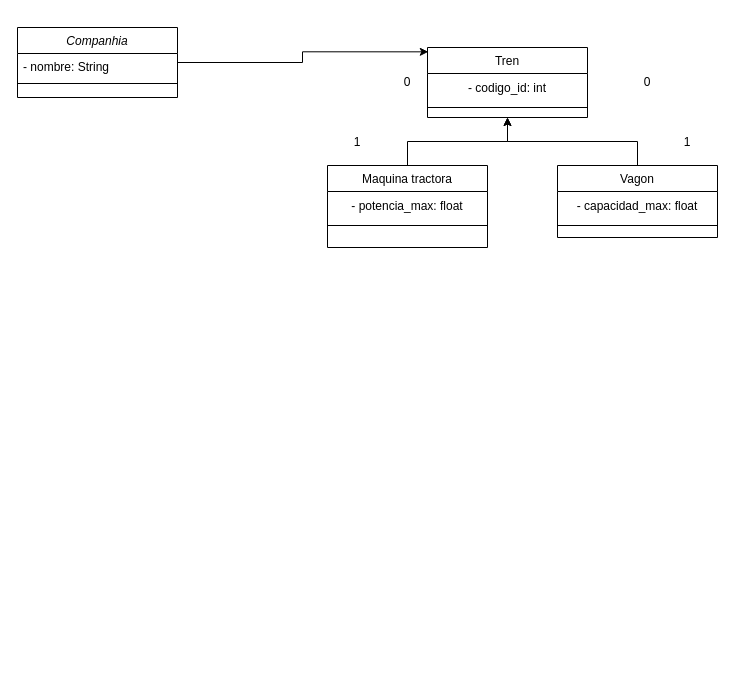
Above: Entornos/Tema 05/Gestión de trenes.drawio in vjp-rosangelaRC/Netbeans (draw.io), before the change. Source tidied: cells renumbered, new cells numbered last; positions are measured from the earlier drawing's top-left corner, leaving out a move shared by most shapes. Both pictures are drawn from the tidied source at 100%, with x=0, y=0 at pixel (17, 27).
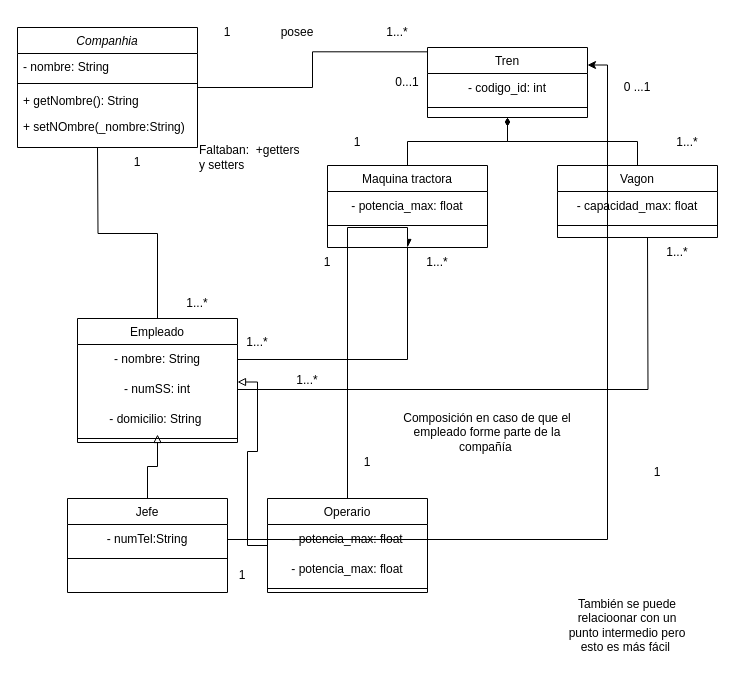
Above is the later version.

Unchanged cells that the change refers to:
```xml
<mxCell id="6" value="Tren" style="swimlane;fontStyle=0;align=center;verticalAlign=top;horizontal=1;startSize=26;rounded=0;shadow=0;strokeWidth=1;" parent="1" vertex="1">
  <mxGeometry x="410" y="20" width="160" height="70" as="geometry" />
</mxCell>
<mxCell id="10" value="Maquina tractora" style="swimlane;fontStyle=0;align=center;verticalAlign=top;horizontal=1;startSize=26;rounded=0;shadow=0;strokeWidth=1;" parent="1" vertex="1">
  <mxGeometry x="310" y="138" width="160" height="82" as="geometry" />
</mxCell>
<mxCell id="14" value="Vagon" style="swimlane;fontStyle=0;align=center;verticalAlign=top;horizontal=1;startSize=26;rounded=0;shadow=0;strokeWidth=1;" parent="1" vertex="1">
  <mxGeometry x="540" y="138" width="160" height="72" as="geometry" />
</mxCell>
```

Diff of the diagram source:
```diff
@@
-    <mxCell id="2" style="edgeStyle=orthogonalEdgeStyle;rounded=0;jettySize=auto;html=1;entryX=0.005;entryY=0.062;entryDx=0;entryDy=0;entryPerimeter=0;" parent="1" edge="1" source="3" target="6">
+    <mxCell id="2" style="edgeStyle=orthogonalEdgeStyle;rounded=0;jettySize=auto;html=1;entryX=0.005;entryY=0.062;entryDx=0;entryDy=0;entryPerimeter=0;endArrow=none;endFill=0;" parent="1" edge="1" source="3" target="6">
       <mxGeometry relative="1" as="geometry" />
     </mxCell>
     <mxCell id="3" value="Companhia" style="swimlane;fontStyle=2;align=center;verticalAlign=top;horizontal=1;startSize=26;rounded=0;shadow=0;strokeWidth=1;" parent="1" vertex="1">
-      <mxGeometry width="160" height="70" as="geometry" />
+      <mxGeometry width="180" height="120" as="geometry" />
     </mxCell>
     <mxCell id="4" value="- nombre: String" style="text;align=left;verticalAlign=top;spacingLeft=4;spacingRight=4;overflow=hidden;" parent="3" vertex="1">
-      <mxGeometry y="26" width="160" height="26" as="geometry" />
+      <mxGeometry y="26" width="180" height="26" as="geometry" />
     </mxCell>
     <mxCell id="5" style="line;html=1;strokeWidth=1;align=left;verticalAlign=middle;spacingTop=-1;spacingLeft=3;spacingRight=3;labelPosition=right;" parent="3" vertex="1">
-      <mxGeometry y="52" width="160" height="8" as="geometry" />
+      <mxGeometry y="52" width="180" height="8" as="geometry" />
     </mxCell>
+    <mxCell id="21" value="+ getNombre(): String" style="text;align=left;verticalAlign=top;spacingLeft=4;spacingRight=4;overflow=hidden;" parent="3" vertex="1">
+      <mxGeometry y="60" width="180" height="26" as="geometry" />
+    </mxCell>
+    <mxCell id="22" value="+ setNOmbre(_nombre:String)" style="text;align=left;verticalAlign=top;spacingLeft=4;spacingRight=4;overflow=hidden;" parent="3" vertex="1">
+      <mxGeometry y="86" width="180" height="26" as="geometry" />
+    </mxCell>
@@
-    <mxCell id="9" style="edgeStyle=orthogonalEdgeStyle;rounded=0;jettySize=auto;html=1;entryX=0.5;entryY=1;entryDx=0;entryDy=0;" parent="1" edge="1" source="10" target="6">
+    <mxCell id="9" style="edgeStyle=orthogonalEdgeStyle;rounded=0;jettySize=auto;html=1;entryX=0.5;entryY=1;entryDx=0;entryDy=0;endArrow=diamondThin;endFill=1;" parent="1" edge="1" source="10" target="6">
       <mxGeometry relative="1" as="geometry" />
     </mxCell>
@@
-    <mxCell id="13" style="edgeStyle=orthogonalEdgeStyle;rounded=0;jettySize=auto;html=1;entryX=0.5;entryY=1;entryDx=0;entryDy=0;" parent="1" edge="1" source="14" target="6">
+    <mxCell id="13" style="edgeStyle=orthogonalEdgeStyle;rounded=0;jettySize=auto;html=1;entryX=0.5;entryY=1;entryDx=0;entryDy=0;endArrow=diamondThin;endFill=1;" parent="1" edge="1" source="14" target="6">
       <mxGeometry relative="1" as="geometry" />
     </mxCell>
@@
-    <mxCell id="18" value="0" style="text;html=1;strokeColor=none;fillColor=none;align=center;verticalAlign=middle;whiteSpace=wrap;rounded=0;" parent="1" vertex="1">
+    <mxCell id="18" value="0...1" style="text;html=1;strokeColor=none;fillColor=none;align=center;verticalAlign=middle;whiteSpace=wrap;rounded=0;" parent="1" vertex="1">
       <mxGeometry x="360" y="40" width="60" height="30" as="geometry" />
     </mxCell>
-    <mxCell id="19" value="1" style="text;html=1;strokeColor=none;fillColor=none;align=center;verticalAlign=middle;whiteSpace=wrap;rounded=0;" parent="1" vertex="1">
+    <mxCell id="19" value="1...*" style="text;html=1;strokeColor=none;fillColor=none;align=center;verticalAlign=middle;whiteSpace=wrap;rounded=0;" parent="1" vertex="1">
       <mxGeometry x="640" y="100" width="60" height="30" as="geometry" />
     </mxCell>
-    <mxCell id="20" value="0" style="text;html=1;strokeColor=none;fillColor=none;align=center;verticalAlign=middle;whiteSpace=wrap;rounded=0;" parent="1" vertex="1">
-      <mxGeometry x="600" y="40" width="60" height="30" as="geometry" />
+    <mxCell id="20" value="0 ...1" style="text;html=1;strokeColor=none;fillColor=none;align=center;verticalAlign=middle;whiteSpace=wrap;rounded=0;" parent="1" vertex="1">
+      <mxGeometry x="590" y="45" width="60" height="30" as="geometry" />
     </mxCell>
+    <mxCell id="23" value="Faltaban:&amp;nbsp; +getters y setters" style="text;html=1;strokeColor=none;fillColor=none;align=left;verticalAlign=middle;whiteSpace=wrap;rounded=0;" parent="1" vertex="1">
+      <mxGeometry x="180" y="100" width="110" height="60" as="geometry" />
+    </mxCell>
+    <mxCell id="24" style="edgeStyle=orthogonalEdgeStyle;rounded=0;jettySize=auto;html=1;endArrow=none;endFill=0;" parent="1" edge="1" source="25">
+      <mxGeometry relative="1" as="geometry">
+        <mxPoint x="80" y="120" as="targetPoint" />
+      </mxGeometry>
+    </mxCell>
+    <mxCell id="25" value="Empleado" style="swimlane;fontStyle=0;align=center;verticalAlign=top;horizontal=1;startSize=26;rounded=0;shadow=0;strokeWidth=1;" parent="1" vertex="1">
+      <mxGeometry x="60" y="291" width="160" height="124" as="geometry" />
+    </mxCell>
+    <mxCell id="26" value="- nombre: String" style="text;html=1;strokeColor=none;fillColor=none;align=center;verticalAlign=middle;whiteSpace=wrap;rounded=0;" parent="25" vertex="1">
+      <mxGeometry y="26" width="160" height="30" as="geometry" />
+    </mxCell>
+    <mxCell id="27" style="edgeStyle=orthogonalEdgeStyle;rounded=0;jettySize=auto;html=1;endArrow=none;endFill=0;" parent="25" edge="1" source="28">
+      <mxGeometry relative="1" as="geometry">
+        <mxPoint x="570" y="-81" as="targetPoint" />
+      </mxGeometry>
+    </mxCell>
+    <mxCell id="28" value="- numSS: int" style="text;html=1;strokeColor=none;fillColor=none;align=center;verticalAlign=middle;whiteSpace=wrap;rounded=0;" parent="25" vertex="1">
+      <mxGeometry y="56" width="160" height="30" as="geometry" />
+    </mxCell>
+    <mxCell id="29" value="- domicilio: String&amp;nbsp;" style="text;html=1;strokeColor=none;fillColor=none;align=center;verticalAlign=middle;whiteSpace=wrap;rounded=0;" parent="25" vertex="1">
+      <mxGeometry y="86" width="160" height="30" as="geometry" />
+    </mxCell>
+    <mxCell id="30" style="line;html=1;strokeWidth=1;align=left;verticalAlign=middle;spacingTop=-1;spacingLeft=3;spacingRight=3;labelPosition=right;" parent="25" vertex="1">
+      <mxGeometry y="116" width="160" height="8" as="geometry" />
+    </mxCell>
+    <mxCell id="31" style="edgeStyle=orthogonalEdgeStyle;rounded=0;jettySize=auto;html=1;endArrow=block;endFill=0;" parent="1" edge="1" source="32" target="29">
+      <mxGeometry relative="1" as="geometry" />
+    </mxCell>
+    <mxCell id="32" value="Jefe" style="swimlane;fontStyle=0;align=center;verticalAlign=top;horizontal=1;startSize=26;rounded=0;shadow=0;strokeWidth=1;" parent="1" vertex="1">
+      <mxGeometry x="50" y="471" width="160" height="94" as="geometry" />
+    </mxCell>
+    <mxCell id="33" value="- numTel:String" style="text;html=1;strokeColor=none;fillColor=none;align=center;verticalAlign=middle;whiteSpace=wrap;rounded=0;" parent="32" vertex="1">
+      <mxGeometry y="26" width="160" height="30" as="geometry" />
+    </mxCell>
+    <mxCell id="34" style="line;html=1;strokeWidth=1;align=left;verticalAlign=middle;spacingTop=-1;spacingLeft=3;spacingRight=3;labelPosition=right;" parent="32" vertex="1">
+      <mxGeometry y="56" width="160" height="8" as="geometry" />
+    </mxCell>
+    <mxCell id="35" style="edgeStyle=orthogonalEdgeStyle;rounded=0;jettySize=auto;html=1;entryX=1;entryY=0.25;entryDx=0;entryDy=0;endArrow=block;endFill=0;" parent="1" edge="1" source="37" target="28">
+      <mxGeometry relative="1" as="geometry" />
+    </mxCell>
+    <mxCell id="36" style="edgeStyle=orthogonalEdgeStyle;rounded=0;jettySize=auto;html=1;entryX=0;entryY=0;entryDx=0;entryDy=0;endArrow=async;endFill=1;" parent="1" edge="1" source="37" target="49">
+      <mxGeometry relative="1" as="geometry" />
+    </mxCell>
+    <mxCell id="37" value="Operario" style="swimlane;fontStyle=0;align=center;verticalAlign=top;horizontal=1;startSize=26;rounded=0;shadow=0;strokeWidth=1;" parent="1" vertex="1">
+      <mxGeometry x="250" y="471" width="160" height="94" as="geometry" />
+    </mxCell>
+    <mxCell id="38" value="- potencia_max: float" style="text;html=1;strokeColor=none;fillColor=none;align=center;verticalAlign=middle;whiteSpace=wrap;rounded=0;" parent="37" vertex="1">
+      <mxGeometry y="26" width="160" height="30" as="geometry" />
+    </mxCell>
+    <mxCell id="39" value="- potencia_max: float" style="text;html=1;strokeColor=none;fillColor=none;align=center;verticalAlign=middle;whiteSpace=wrap;rounded=0;" parent="37" vertex="1">
+      <mxGeometry y="56" width="160" height="30" as="geometry" />
+    </mxCell>
+    <mxCell id="40" style="line;html=1;strokeWidth=1;align=left;verticalAlign=middle;spacingTop=-1;spacingLeft=3;spacingRight=3;labelPosition=right;" parent="37" vertex="1">
+      <mxGeometry y="86" width="160" height="8" as="geometry" />
+    </mxCell>
+    <mxCell id="41" value="1" style="text;html=1;strokeColor=none;fillColor=none;align=center;verticalAlign=middle;whiteSpace=wrap;rounded=0;" parent="1" vertex="1">
+      <mxGeometry x="180" y="-10" width="60" height="30" as="geometry" />
+    </mxCell>
+    <mxCell id="42" value="1...*" style="text;html=1;strokeColor=none;fillColor=none;align=center;verticalAlign=middle;whiteSpace=wrap;rounded=0;" parent="1" vertex="1">
+      <mxGeometry x="350" y="-10" width="60" height="30" as="geometry" />
+    </mxCell>
+    <mxCell id="43" value="posee" style="text;html=1;strokeColor=none;fillColor=none;align=center;verticalAlign=middle;whiteSpace=wrap;rounded=0;" parent="1" vertex="1">
+      <mxGeometry x="250" y="-10" width="60" height="30" as="geometry" />
+    </mxCell>
+    <mxCell id="44" value="1...*" style="text;html=1;strokeColor=none;fillColor=none;align=center;verticalAlign=middle;whiteSpace=wrap;rounded=0;" parent="1" vertex="1">
+      <mxGeometry x="150" y="261" width="60" height="30" as="geometry" />
+    </mxCell>
+    <mxCell id="45" value="1" style="text;html=1;strokeColor=none;fillColor=none;align=center;verticalAlign=middle;whiteSpace=wrap;rounded=0;" parent="1" vertex="1">
+      <mxGeometry x="90" y="120" width="60" height="30" as="geometry" />
+    </mxCell>
+    <mxCell id="46" style="edgeStyle=orthogonalEdgeStyle;rounded=0;jettySize=auto;html=1;entryX=0.5;entryY=1;entryDx=0;entryDy=0;endArrow=none;endFill=0;" parent="1" edge="1" source="26" target="10">
+      <mxGeometry relative="1" as="geometry" />
+    </mxCell>
+    <mxCell id="47" value="1...*" style="text;html=1;strokeColor=none;fillColor=none;align=center;verticalAlign=middle;whiteSpace=wrap;rounded=0;" parent="1" vertex="1">
+      <mxGeometry x="210" y="300" width="60" height="30" as="geometry" />
+    </mxCell>
+    <mxCell id="48" value="1...*" style="text;html=1;strokeColor=none;fillColor=none;align=center;verticalAlign=middle;whiteSpace=wrap;rounded=0;" parent="1" vertex="1">
+      <mxGeometry x="260" y="338" width="60" height="30" as="geometry" />
+    </mxCell>
+    <mxCell id="49" value="1...*" style="text;html=1;strokeColor=none;fillColor=none;align=center;verticalAlign=middle;whiteSpace=wrap;rounded=0;" parent="1" vertex="1">
+      <mxGeometry x="390" y="220" width="60" height="30" as="geometry" />
+    </mxCell>
+    <mxCell id="50" value="1...*" style="text;html=1;strokeColor=none;fillColor=none;align=center;verticalAlign=middle;whiteSpace=wrap;rounded=0;" parent="1" vertex="1">
+      <mxGeometry x="630" y="210" width="60" height="30" as="geometry" />
+    </mxCell>
+    <mxCell id="51" style="edgeStyle=orthogonalEdgeStyle;rounded=0;jettySize=auto;html=1;entryX=1;entryY=0.25;entryDx=0;entryDy=0;" parent="1" edge="1" source="33" target="6">
+      <mxGeometry relative="1" as="geometry" />
+    </mxCell>
+    <mxCell id="52" value="1" style="text;html=1;strokeColor=none;fillColor=none;align=center;verticalAlign=middle;whiteSpace=wrap;rounded=0;" parent="1" vertex="1">
+      <mxGeometry x="610" y="430" width="60" height="30" as="geometry" />
+    </mxCell>
+    <mxCell id="53" value="1" style="text;html=1;strokeColor=none;fillColor=none;align=center;verticalAlign=middle;whiteSpace=wrap;rounded=0;" parent="1" vertex="1">
+      <mxGeometry x="210" y="540" width="30" height="15" as="geometry" />
+    </mxCell>
+    <mxCell id="54" value="1" style="text;html=1;strokeColor=none;fillColor=none;align=center;verticalAlign=middle;whiteSpace=wrap;rounded=0;" parent="1" vertex="1">
+      <mxGeometry x="320" y="420" width="60" height="30" as="geometry" />
+    </mxCell>
+    <mxCell id="55" value="1" style="text;html=1;strokeColor=none;fillColor=none;align=center;verticalAlign=middle;whiteSpace=wrap;rounded=0;" parent="1" vertex="1">
+      <mxGeometry x="280" y="220" width="60" height="30" as="geometry" />
+    </mxCell>
+    <mxCell id="56" value="También se puede relacioonar con un punto intermedio pero esto es más fácil&amp;nbsp;" style="text;html=1;strokeColor=none;fillColor=none;align=center;verticalAlign=middle;whiteSpace=wrap;rounded=0;" parent="1" vertex="1">
+      <mxGeometry x="550" y="540" width="120" height="115" as="geometry" />
+    </mxCell>
+    <mxCell id="57" value="Composición en caso de que el empleado forme parte de la compañía&amp;nbsp;" style="text;html=1;strokeColor=none;fillColor=none;align=center;verticalAlign=middle;whiteSpace=wrap;rounded=0;" parent="1" vertex="1">
+      <mxGeometry x="380" y="380" width="180" height="50" as="geometry" />
+    </mxCell>
```
